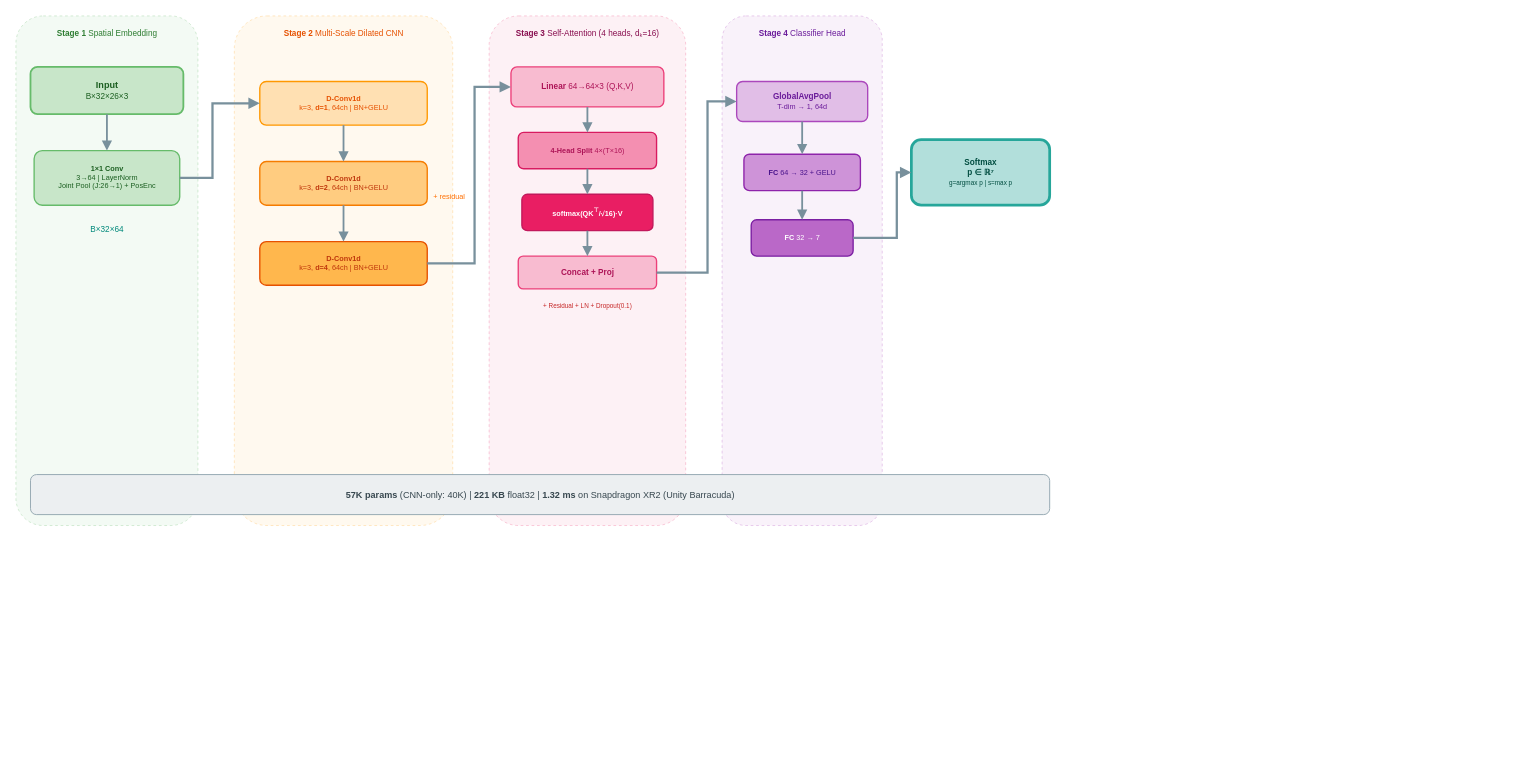
Before: figure/dbew_nn_architecture.drawio in MmdArchimedes/zjuthesis-thesis, a draw.io diagram. Source tidied: cells renumbered, new cells numbered last; positions are measured from the earlier drawing's top-left corner, leaving out a move shared by most shapes. Both pictures are drawn from the tidied source at 91%, with x=0, y=0 at pixel (15, 15).
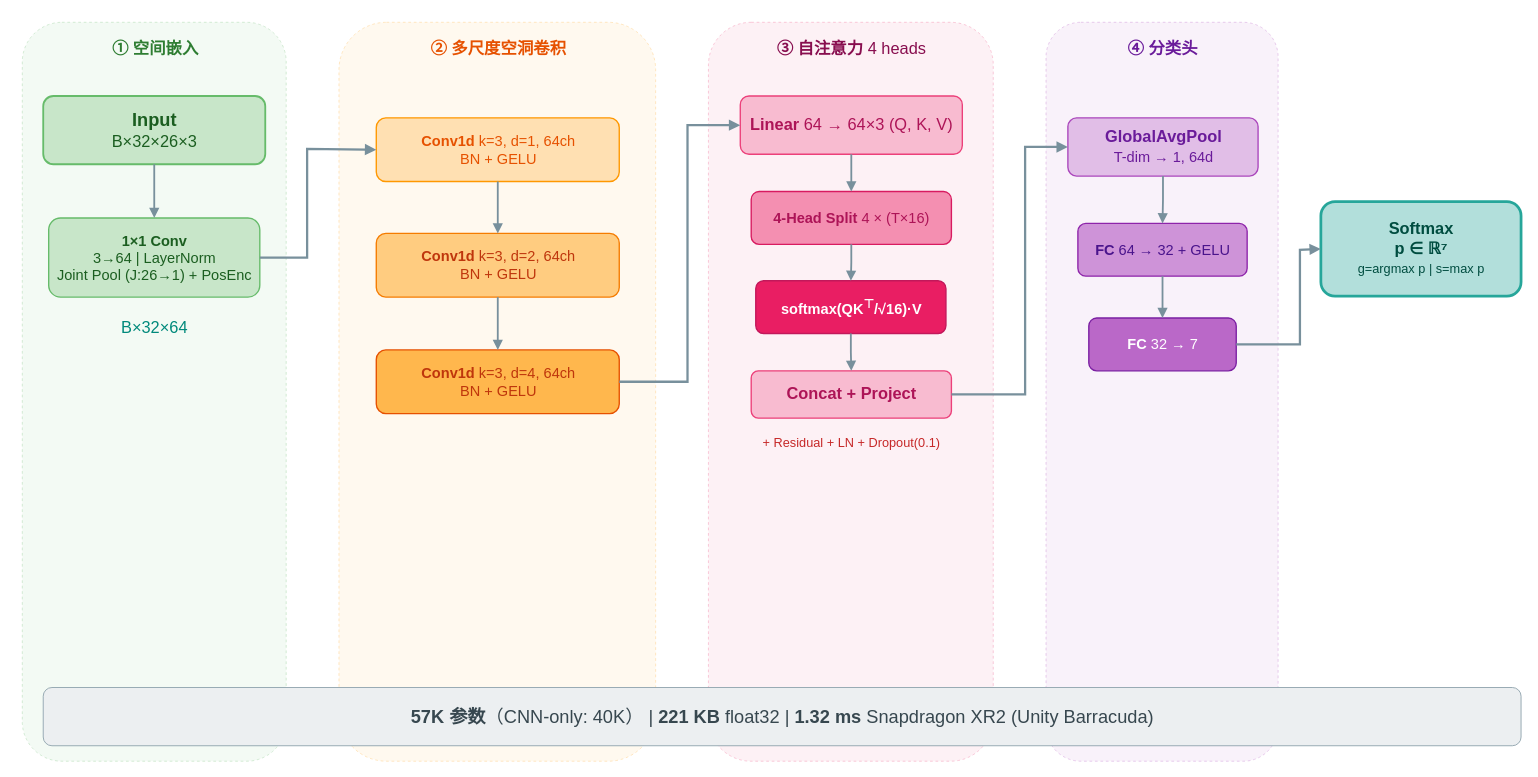
Above is the later version.

Commit message (it also covers changes not shown here):
图3.5 DBEW-NN架构图简洁化、字体放大2倍至与图3.4一致

Diff of the diagram source:
```diff
@@
     <mxCell id="2" style="rounded=1;whiteSpace=wrap;html=1;fillColor=#E8F5E9;strokeColor=#A5D6A7;strokeWidth=1;dashed=1;opacity=50;" parent="1" vertex="1">
-      <mxGeometry width="200" height="560" as="geometry" />
+      <mxGeometry x="7" y="7" width="290" height="812" as="geometry" />
     </mxCell>
-    <mxCell id="3" value="&lt;b&gt;Stage 1&lt;/b&gt;  Spatial Embedding" style="text;html=1;align=center;fontSize=9;fontColor=#2E7D32;" parent="1" vertex="1">
-      <mxGeometry x="8" y="8" width="184" height="20" as="geometry" />
+    <mxCell id="3" value="&lt;b&gt;① 空间嵌入&lt;/b&gt;" style="text;html=1;align=center;fontSize=18;fontColor=#2E7D32;" parent="1" vertex="1">
+      <mxGeometry x="19" y="19" width="267" height="29" as="geometry" />
     </mxCell>
     <mxCell id="4" style="rounded=1;whiteSpace=wrap;html=1;fillColor=#C8E6C9;strokeColor=#66BB6A;strokeWidth=2;" parent="1" vertex="1">
-      <mxGeometry x="16" y="56" width="168" height="52" as="geometry" />
+      <mxGeometry x="30" y="88" width="244" height="75" as="geometry" />
     </mxCell>
-    <mxCell id="5" value="&lt;b&gt;Input&lt;/b&gt;&lt;br&gt;&lt;font style=&quot;font-size:9px&quot;&gt;B×32×26×3&lt;/font&gt;" style="text;html=1;align=center;verticalAlign=middle;fontSize=10;fontColor=#1B5E20;" parent="1" vertex="1">
-      <mxGeometry x="16" y="56" width="168" height="52" as="geometry" />
+    <mxCell id="5" value="&lt;b&gt;Input&lt;/b&gt;&lt;br&gt;&lt;font style=&quot;font-size:18px&quot;&gt;B×32×26×3&lt;/font&gt;" style="text;html=1;align=center;verticalAlign=middle;fontSize=20;fontColor=#1B5E20;" parent="1" vertex="1">
+      <mxGeometry x="30" y="88" width="244" height="75" as="geometry" />
     </mxCell>
     <mxCell id="6" style="rounded=1;whiteSpace=wrap;html=1;fillColor=#C8E6C9;strokeColor=#66BB6A;strokeWidth=1.5;" parent="1" vertex="1">
-      <mxGeometry x="20" y="148" width="160" height="60" as="geometry" />
+      <mxGeometry x="36" y="222" width="232" height="87" as="geometry" />
     </mxCell>
-    <mxCell id="7" value="&lt;b&gt;1×1 Conv&lt;/b&gt;&lt;br&gt;3→64  |  LayerNorm&lt;br&gt; &lt;font style=&quot;font-size:8px&quot;&gt;Joint Pool (J:26→1) + PosEnc&lt;/font&gt;" style="text;html=1;align=center;verticalAlign=middle;fontSize=8;fontColor=#1B5E20;" parent="1" vertex="1">
-      <mxGeometry x="20" y="148" width="160" height="60" as="geometry" />
+    <mxCell id="7" value="&lt;b&gt;1×1 Conv&lt;/b&gt;&lt;br&gt;3→64  |  LayerNorm&lt;br&gt; &lt;font style=&quot;font-size:16px&quot;&gt;Joint Pool (J:26→1) + PosEnc&lt;/font&gt;" style="text;html=1;align=center;verticalAlign=middle;fontSize=16;fontColor=#1B5E20;" parent="1" vertex="1">
+      <mxGeometry x="36" y="222" width="232" height="87" as="geometry" />
     </mxCell>
-    <mxCell id="8" value="&lt;font style=&quot;font-size:9px;color:#00897B&quot;&gt;B×32×64&lt;/font&gt;" style="text;html=1;align=center;" parent="1" vertex="1">
-      <mxGeometry x="44" y="220" width="112" height="16" as="geometry" />
+    <mxCell id="8" value="&lt;font style=&quot;font-size:18px;color:#00897B&quot;&gt;B×32×64&lt;/font&gt;" style="text;html=1;align=center;" parent="1" vertex="1">
+      <mxGeometry x="71" y="326" width="162" height="23" as="geometry" />
     </mxCell>
     <mxCell id="9" style="rounded=1;whiteSpace=wrap;html=1;fillColor=#FFF3E0;strokeColor=#FFCC80;strokeWidth=1;dashed=1;opacity=50;" parent="1" vertex="1">
-      <mxGeometry x="240" width="240" height="560" as="geometry" />
+      <mxGeometry x="355" y="7" width="348" height="812" as="geometry" />
     </mxCell>
-    <mxCell id="10" value="&lt;b&gt;Stage 2&lt;/b&gt;  Multi-Scale Dilated CNN" style="text;html=1;align=center;fontSize=9;fontColor=#E65100;" parent="1" vertex="1">
-      <mxGeometry x="248" y="8" width="224" height="20" as="geometry" />
+    <mxCell id="10" value="&lt;b&gt;② 多尺度空洞卷积&lt;/b&gt;" style="text;html=1;align=center;fontSize=18;fontColor=#E65100;" parent="1" vertex="1">
+      <mxGeometry x="367" y="19" width="325" height="29" as="geometry" />
     </mxCell>
     <mxCell id="11" style="rounded=1;whiteSpace=wrap;html=1;fillColor=#FFE0B2;strokeColor=#FF9800;strokeWidth=1.5;" parent="1" vertex="1">
-      <mxGeometry x="268" y="72" width="184" height="48" as="geometry" />
+      <mxGeometry x="396" y="112" width="267" height="70" as="geometry" />
     </mxCell>
-    <mxCell id="12" value="&lt;b&gt;D-Conv1d&lt;/b&gt;&lt;br&gt;k=3, &lt;b&gt;d=1&lt;/b&gt;, 64ch  |  BN+GELU" style="text;html=1;align=center;verticalAlign=middle;fontSize=8;fontColor=#E65100;" parent="1" vertex="1">
-      <mxGeometry x="268" y="72" width="184" height="48" as="geometry" />
+    <mxCell id="12" value="&lt;b&gt;Conv1d&lt;/b&gt;  k=3, d=1, 64ch&lt;br&gt;BN + GELU" style="text;html=1;align=center;verticalAlign=middle;fontSize=16;fontColor=#E65100;" parent="1" vertex="1">
+      <mxGeometry x="396" y="112" width="267" height="70" as="geometry" />
     </mxCell>
     <mxCell id="13" style="rounded=1;whiteSpace=wrap;html=1;fillColor=#FFCC80;strokeColor=#F57C00;strokeWidth=1.5;" parent="1" vertex="1">
-      <mxGeometry x="268" y="160" width="184" height="48" as="geometry" />
+      <mxGeometry x="396" y="239" width="267" height="70" as="geometry" />
     </mxCell>
-    <mxCell id="14" value="&lt;b&gt;D-Conv1d&lt;/b&gt;&lt;br&gt;k=3, &lt;b&gt;d=2&lt;/b&gt;, 64ch  |  BN+GELU" style="text;html=1;align=center;verticalAlign=middle;fontSize=8;fontColor=#BF360C;" parent="1" vertex="1">
-      <mxGeometry x="268" y="160" width="184" height="48" as="geometry" />
+    <mxCell id="14" value="&lt;b&gt;Conv1d&lt;/b&gt;  k=3, d=2, 64ch&lt;br&gt;BN + GELU" style="text;html=1;align=center;verticalAlign=middle;fontSize=16;fontColor=#BF360C;" parent="1" vertex="1">
+      <mxGeometry x="396" y="239" width="267" height="70" as="geometry" />
     </mxCell>
     <mxCell id="15" style="rounded=1;whiteSpace=wrap;html=1;fillColor=#FFB74D;strokeColor=#E65100;strokeWidth=1.5;" parent="1" vertex="1">
-      <mxGeometry x="268" y="248" width="184" height="48" as="geometry" />
+      <mxGeometry x="396" y="367" width="267" height="70" as="geometry" />
     </mxCell>
-    <mxCell id="16" value="&lt;b&gt;D-Conv1d&lt;/b&gt;&lt;br&gt;k=3, &lt;b&gt;d=4&lt;/b&gt;, 64ch  |  BN+GELU" style="text;html=1;align=center;verticalAlign=middle;fontSize=8;fontColor=#BF360C;" parent="1" vertex="1">
-      <mxGeometry x="268" y="248" width="184" height="48" as="geometry" />
+    <mxCell id="16" value="&lt;b&gt;Conv1d&lt;/b&gt;  k=3, d=4, 64ch&lt;br&gt;BN + GELU" style="text;html=1;align=center;verticalAlign=middle;fontSize=16;fontColor=#BF360C;" parent="1" vertex="1">
+      <mxGeometry x="396" y="367" width="267" height="70" as="geometry" />
     </mxCell>
-    <mxCell id="17" value="&lt;font style=&quot;font-size:8px;color:#FF6F00&quot;&gt;+ residual&lt;/font&gt;" style="text;html=1;align=center;" parent="1" vertex="1">
-      <mxGeometry x="456" y="184" width="40" height="80" as="geometry" />
+    <mxCell id="17" style="text;html=1;align=center;" parent="1" vertex="1">
+      <mxGeometry x="668" y="274" width="58" height="116" as="geometry" />
     </mxCell>
     <mxCell id="18" style="rounded=1;whiteSpace=wrap;html=1;fillColor=#FCE4EC;strokeColor=#F48FB1;strokeWidth=1;dashed=1;opacity=50;" parent="1" vertex="1">
-      <mxGeometry x="520" width="216" height="560" as="geometry" />
+      <mxGeometry x="761" y="7" width="313" height="812" as="geometry" />
     </mxCell>
-    <mxCell id="19" value="&lt;b&gt;Stage 3&lt;/b&gt;  Self-Attention (4 heads, dₖ=16)" style="text;html=1;align=center;fontSize=9;fontColor=#880E4F;" parent="1" vertex="1">
-      <mxGeometry x="528" y="8" width="200" height="20" as="geometry" />
+    <mxCell id="19" value="&lt;b&gt;③ 自注意力&lt;/b&gt;  4 heads" style="text;html=1;align=center;fontSize=18;fontColor=#880E4F;" parent="1" vertex="1">
+      <mxGeometry x="773" y="19" width="290" height="29" as="geometry" />
     </mxCell>
     <mxCell id="20" style="rounded=1;whiteSpace=wrap;html=1;fillColor=#F8BBD0;strokeColor=#EC407A;strokeWidth=1.5;" parent="1" vertex="1">
-      <mxGeometry x="544" y="56" width="168" height="44" as="geometry" />
+      <mxGeometry x="796" y="88" width="244" height="64" as="geometry" />
     </mxCell>
-    <mxCell id="21" value="&lt;b&gt;Linear&lt;/b&gt;  64→64×3 (Q,K,V)" style="text;html=1;align=center;verticalAlign=middle;fontSize=9;fontColor=#AD1457;" parent="1" vertex="1">
-      <mxGeometry x="544" y="56" width="168" height="44" as="geometry" />
+    <mxCell id="21" value="&lt;b&gt;Linear&lt;/b&gt;  64 → 64×3 (Q, K, V)" style="text;html=1;align=center;verticalAlign=middle;fontSize=18;fontColor=#AD1457;" parent="1" vertex="1">
+      <mxGeometry x="796" y="88" width="244" height="64" as="geometry" />
     </mxCell>
     <mxCell id="22" style="rounded=1;whiteSpace=wrap;html=1;fillColor=#F48FB1;strokeColor=#D81B60;strokeWidth=1.5;" parent="1" vertex="1">
-      <mxGeometry x="552" y="128" width="152" height="40" as="geometry" />
+      <mxGeometry x="808" y="193" width="220" height="58" as="geometry" />
     </mxCell>
-    <mxCell id="23" value="&lt;b&gt;4-Head Split&lt;/b&gt;   4×(T×16)" style="text;html=1;align=center;verticalAlign=middle;fontSize=8;fontColor=#AD1457;" parent="1" vertex="1">
-      <mxGeometry x="552" y="128" width="152" height="40" as="geometry" />
+    <mxCell id="23" value="&lt;b&gt;4-Head Split&lt;/b&gt;  4 × (T×16)" style="text;html=1;align=center;verticalAlign=middle;fontSize=16;fontColor=#AD1457;" parent="1" vertex="1">
+      <mxGeometry x="808" y="193" width="220" height="58" as="geometry" />
     </mxCell>
     <mxCell id="24" style="rounded=1;whiteSpace=wrap;html=1;fillColor=#E91E63;strokeColor=#C2185B;strokeWidth=1.5;" parent="1" vertex="1">
-      <mxGeometry x="556" y="196" width="144" height="40" as="geometry" />
+      <mxGeometry x="813" y="291" width="209" height="58" as="geometry" />
     </mxCell>
-    <mxCell id="25" value="&lt;font color=&quot;#ffffff&quot; style=&quot;font-size:8px&quot;&gt;&lt;b&gt;softmax(QK&lt;sup&gt;⊤&lt;/sup&gt;/√16)·V&lt;/b&gt;&lt;/font&gt;" style="text;html=1;align=center;verticalAlign=middle;fontSize=8;fontColor=#FFFFFF;" parent="1" vertex="1">
-      <mxGeometry x="556" y="196" width="144" height="40" as="geometry" />
+    <mxCell id="25" value="&lt;font color=&quot;#ffffff&quot; style=&quot;font-size:16px&quot;&gt;&lt;b&gt;softmax(QK&lt;sup&gt;⊤&lt;/sup&gt;/√16)·V&lt;/b&gt;&lt;/font&gt;" style="text;html=1;align=center;verticalAlign=middle;fontSize=16;fontColor=#FFFFFF;" parent="1" vertex="1">
+      <mxGeometry x="813" y="291" width="209" height="58" as="geometry" />
     </mxCell>
     <mxCell id="26" style="rounded=1;whiteSpace=wrap;html=1;fillColor=#F8BBD0;strokeColor=#EC407A;strokeWidth=1.5;" parent="1" vertex="1">
-      <mxGeometry x="552" y="264" width="152" height="36" as="geometry" />
+      <mxGeometry x="808" y="390" width="220" height="52" as="geometry" />
     </mxCell>
-    <mxCell id="27" value="&lt;b&gt;Concat + Proj&lt;/b&gt;" style="text;html=1;align=center;verticalAlign=middle;fontSize=9;fontColor=#AD1457;" parent="1" vertex="1">
-      <mxGeometry x="552" y="264" width="152" height="36" as="geometry" />
+    <mxCell id="27" value="&lt;b&gt;Concat + Project&lt;/b&gt;" style="text;html=1;align=center;verticalAlign=middle;fontSize=18;fontColor=#AD1457;" parent="1" vertex="1">
+      <mxGeometry x="808" y="390" width="220" height="52" as="geometry" />
     </mxCell>
-    <mxCell id="28" value="&lt;font style=&quot;font-size:7px;color:#C62828&quot;&gt;+ Residual + LN + Dropout(0.1)&lt;/font&gt;" style="text;html=1;align=center;fontSize=7;fontColor=#C62828;" parent="1" vertex="1">
-      <mxGeometry x="544" y="308" width="168" height="16" as="geometry" />
+    <mxCell id="28" value="&lt;font style=&quot;font-size:14px;color:#C62828&quot;&gt;+ Residual + LN + Dropout(0.1)&lt;/font&gt;" style="text;html=1;align=center;fontSize=14;fontColor=#C62828;" parent="1" vertex="1">
+      <mxGeometry x="796" y="454" width="244" height="23" as="geometry" />
     </mxCell>
     <mxCell id="29" style="rounded=1;whiteSpace=wrap;html=1;fillColor=#F3E5F5;strokeColor=#CE93D8;strokeWidth=1;dashed=1;opacity=50;" parent="1" vertex="1">
-      <mxGeometry x="776" width="176" height="560" as="geometry" />
+      <mxGeometry x="1132" y="7" width="255" height="812" as="geometry" />
     </mxCell>
-    <mxCell id="30" value="&lt;b&gt;Stage 4&lt;/b&gt;  Classifier Head" style="text;html=1;align=center;fontSize=9;fontColor=#6A1B9A;" parent="1" vertex="1">
-      <mxGeometry x="784" y="8" width="160" height="20" as="geometry" />
+    <mxCell id="30" value="&lt;b&gt;④ 分类头&lt;/b&gt;" style="text;html=1;align=center;fontSize=18;fontColor=#6A1B9A;" parent="1" vertex="1">
+      <mxGeometry x="1144" y="19" width="232" height="29" as="geometry" />
     </mxCell>
     <mxCell id="31" style="rounded=1;whiteSpace=wrap;html=1;fillColor=#E1BEE7;strokeColor=#AB47BC;strokeWidth=1.5;" parent="1" vertex="1">
-      <mxGeometry x="792" y="72" width="144" height="44" as="geometry" />
+      <mxGeometry x="1156" y="112" width="209" height="64" as="geometry" />
     </mxCell>
-    <mxCell id="32" value="&lt;b&gt;GlobalAvgPool&lt;/b&gt;&lt;br&gt;&lt;font style=&quot;font-size:8px&quot;&gt;T-dim → 1,  64d&lt;/font&gt;" style="text;html=1;align=center;verticalAlign=middle;fontSize=9;fontColor=#6A1B9A;" parent="1" vertex="1">
-      <mxGeometry x="792" y="72" width="144" height="44" as="geometry" />
+    <mxCell id="32" value="&lt;b&gt;GlobalAvgPool&lt;/b&gt;&lt;br&gt;&lt;font style=&quot;font-size:16px&quot;&gt;T-dim → 1,  64d&lt;/font&gt;" style="text;html=1;align=center;verticalAlign=middle;fontSize=18;fontColor=#6A1B9A;" parent="1" vertex="1">
+      <mxGeometry x="1156" y="112" width="209" height="64" as="geometry" />
     </mxCell>
     <mxCell id="33" style="rounded=1;whiteSpace=wrap;html=1;fillColor=#CE93D8;strokeColor=#8E24AA;strokeWidth=1.5;" parent="1" vertex="1">
-      <mxGeometry x="800" y="152" width="128" height="40" as="geometry" />
+      <mxGeometry x="1167" y="228" width="186" height="58" as="geometry" />
     </mxCell>
-    <mxCell id="34" value="&lt;b&gt;FC&lt;/b&gt;  64 → 32  +  GELU" style="text;html=1;align=center;verticalAlign=middle;fontSize=8;fontColor=#4A148C;" parent="1" vertex="1">
-      <mxGeometry x="800" y="152" width="128" height="40" as="geometry" />
+    <mxCell id="34" value="&lt;b&gt;FC&lt;/b&gt;  64 → 32  +  GELU" style="text;html=1;align=center;verticalAlign=middle;fontSize=16;fontColor=#4A148C;" parent="1" vertex="1">
+      <mxGeometry x="1167" y="228" width="186" height="58" as="geometry" />
     </mxCell>
     <mxCell id="35" style="rounded=1;whiteSpace=wrap;html=1;fillColor=#BA68C8;strokeColor=#7B1FA2;strokeWidth=1.5;" parent="1" vertex="1">
-      <mxGeometry x="808" y="224" width="112" height="40" as="geometry" />
+      <mxGeometry x="1179" y="332" width="162" height="58" as="geometry" />
     </mxCell>
-    <mxCell id="36" value="&lt;b&gt;FC&lt;/b&gt;  32 → 7" style="text;html=1;align=center;verticalAlign=middle;fontSize=8;fontColor=#FFFFFF;" parent="1" vertex="1">
-      <mxGeometry x="808" y="224" width="112" height="40" as="geometry" />
+    <mxCell id="36" value="&lt;b&gt;FC&lt;/b&gt;  32 → 7" style="text;html=1;align=center;verticalAlign=middle;fontSize=16;fontColor=#FFFFFF;" parent="1" vertex="1">
+      <mxGeometry x="1179" y="332" width="162" height="58" as="geometry" />
     </mxCell>
     <mxCell id="37" style="rounded=1;whiteSpace=wrap;html=1;fillColor=#B2DFDB;strokeColor=#26A69A;strokeWidth=3;" parent="1" vertex="1">
-      <mxGeometry x="984" y="136" width="152" height="72" as="geometry" />
+      <mxGeometry x="1434" y="204" width="220" height="104" as="geometry" />
     </mxCell>
-    <mxCell id="38" value="&lt;b&gt;Softmax&lt;/b&gt;&lt;br&gt;&lt;b&gt;p ∈ ℝ⁷&lt;/b&gt;&lt;br&gt;&lt;font style=&quot;font-size:7px&quot;&gt;g=argmax p  |  s=max p&lt;/font&gt;" style="text;html=1;align=center;verticalAlign=middle;fontSize=9;fontColor=#004D40;" parent="1" vertex="1">
-      <mxGeometry x="984" y="136" width="152" height="72" as="geometry" />
+    <mxCell id="38" value="&lt;b&gt;Softmax&lt;/b&gt;&lt;br&gt;&lt;b&gt;p ∈ ℝ⁷&lt;/b&gt;&lt;br&gt;&lt;font style=&quot;font-size:14px&quot;&gt;g=argmax p  |  s=max p&lt;/font&gt;" style="text;html=1;align=center;verticalAlign=middle;fontSize=18;fontColor=#004D40;" parent="1" vertex="1">
+      <mxGeometry x="1434" y="204" width="220" height="104" as="geometry" />
     </mxCell>
@@
     <mxCell id="40" style="edgeStyle=orthogonalEdgeStyle;rounded=0;jettySize=auto;html=1;strokeColor=#78909C;strokeWidth=2.5;endArrow=block;endFill=1;exitX=1;exitY=0.5;exitDx=0;exitDy=0;entryX=0;entryY=0.5;entryDx=0;entryDy=0;" parent="1" edge="1" source="6" target="11">
       <mxGeometry relative="1" as="geometry">
         <Array as="points">
-          <mxPoint x="216" y="178" />
-          <mxPoint x="216" y="96" />
+          <mxPoint x="320" y="265" />
+          <mxPoint x="320" y="146" />
         </Array>
       </mxGeometry>
     </mxCell>
@@
     <mxCell id="43" style="edgeStyle=orthogonalEdgeStyle;rounded=0;jettySize=auto;html=1;strokeColor=#78909C;strokeWidth=2.5;endArrow=block;endFill=1;exitX=1;exitY=0.5;exitDx=0;exitDy=0;entryX=0;entryY=0.5;entryDx=0;entryDy=0;" parent="1" edge="1" source="15" target="20">
       <mxGeometry relative="1" as="geometry">
         <Array as="points">
-          <mxPoint x="504" y="272" />
-          <mxPoint x="504" y="78" />
+          <mxPoint x="738" y="402" />
+          <mxPoint x="738" y="120" />
         </Array>
       </mxGeometry>
     </mxCell>
@@
     <mxCell id="47" style="edgeStyle=orthogonalEdgeStyle;rounded=0;jettySize=auto;html=1;strokeColor=#78909C;strokeWidth=2.5;endArrow=block;endFill=1;exitX=1;exitY=0.5;exitDx=0;exitDy=0;entryX=0;entryY=0.5;entryDx=0;entryDy=0;" parent="1" edge="1" source="26" target="31">
       <mxGeometry relative="1" as="geometry">
         <Array as="points">
-          <mxPoint x="760" y="282" />
-          <mxPoint x="760" y="94" />
+          <mxPoint x="1109" y="416" />
+          <mxPoint x="1109" y="144" />
         </Array>
       </mxGeometry>
     </mxCell>
@@
     <mxCell id="50" style="edgeStyle=orthogonalEdgeStyle;rounded=0;jettySize=auto;html=1;strokeColor=#78909C;strokeWidth=2.5;endArrow=block;endFill=1;exitX=1;exitY=0.5;exitDx=0;exitDy=0;entryX=0;entryY=0.5;entryDx=0;entryDy=0;" parent="1" edge="1" source="35" target="37">
       <mxGeometry relative="1" as="geometry">
         <Array as="points">
-          <mxPoint x="968" y="244" />
-          <mxPoint x="968" y="172" />
+          <mxPoint x="1411" y="361" />
+          <mxPoint x="1411" y="257" />
         </Array>
       </mxGeometry>
     </mxCell>
     <mxCell id="51" style="rounded=1;whiteSpace=wrap;html=1;fillColor=#ECEFF1;strokeColor=#90A4AE;strokeWidth=1;" parent="1" vertex="1">
-      <mxGeometry x="16" y="504" width="1120" height="44" as="geometry" />
+      <mxGeometry x="30" y="738" width="1624" height="64" as="geometry" />
     </mxCell>
-    <mxCell id="52" value="&lt;b&gt;57K params&lt;/b&gt;  (CNN-only: 40K)  |  &lt;b&gt;221 KB&lt;/b&gt; float32  |  &lt;b&gt;1.32 ms&lt;/b&gt; on Snapdragon XR2 (Unity Barracuda)" style="text;html=1;align=center;verticalAlign=middle;fontSize=10;fontColor=#37474F;" parent="1" vertex="1">
-      <mxGeometry x="16" y="504" width="1120" height="44" as="geometry" />
+    <mxCell id="52" value="&lt;b&gt;57K 参数&lt;/b&gt;（CNN-only: 40K） | &lt;b&gt;221 KB&lt;/b&gt; float32 | &lt;b&gt;1.32 ms&lt;/b&gt; Snapdragon XR2 (Unity Barracuda)" style="text;html=1;align=center;verticalAlign=middle;fontSize=20;fontColor=#37474F;" parent="1" vertex="1">
+      <mxGeometry x="30" y="738" width="1624" height="64" as="geometry" />
     </mxCell>
```
